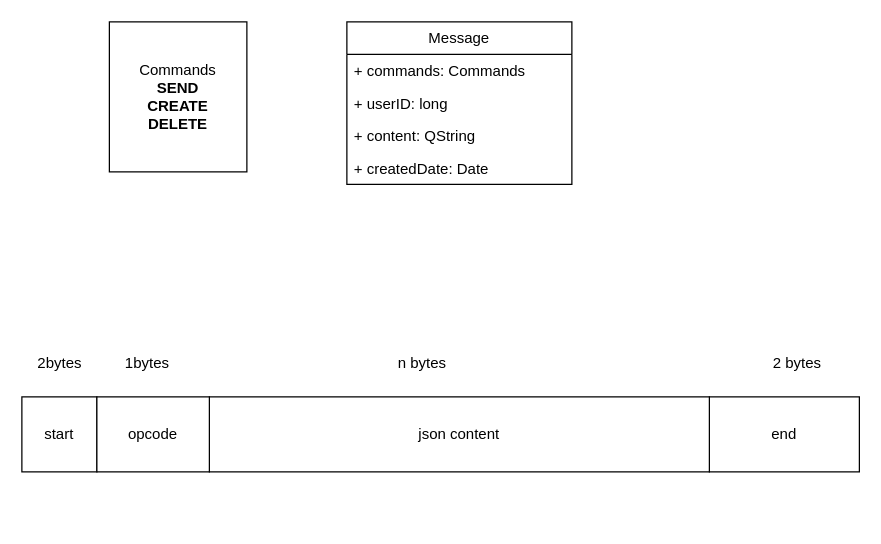
Above: page "Protocol" (3 of 4) of ChatApplication.drawio in secretdeveloperisme/QtChatApp (draw.io), before the change. Source tidied: cells renumbered, new cells numbered last; positions are measured from the earlier drawing's top-left corner, leaving out a move shared by most shapes. Both pictures are drawn from the tidied source at 125%, with x=0, y=0 at pixel (21, 21).
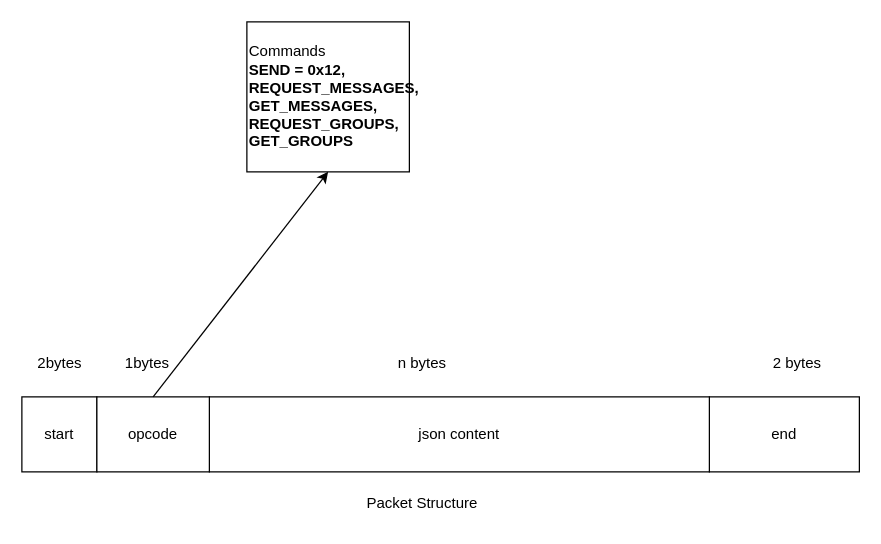
The same page after the edit.

What changed in the source:
```diff
@@
 <mxGraphModel>
   <root>
     <mxCell id="0" />
     <mxCell id="1" parent="0" />
-    <mxCell id="2" value="Message" style="swimlane;fontStyle=0;horizontal=1;startSize=26;fillColor=none;whiteSpace=wrap;html=1;" parent="1" vertex="1">
-      <mxGeometry x="260" width="180" height="130" as="geometry" />
-    </mxCell>
-    <mxCell id="3" value="+ commands: Commands" style="text;strokeColor=none;fillColor=none;align=left;verticalAlign=top;spacingLeft=4;spacingRight=4;overflow=hidden;whiteSpace=wrap;html=1;" parent="2" vertex="1">
-      <mxGeometry y="26" width="180" height="26" as="geometry" />
-    </mxCell>
-    <mxCell id="4" value="+ userID: long&amp;nbsp;" style="text;strokeColor=none;fillColor=none;align=left;verticalAlign=top;spacingLeft=4;spacingRight=4;overflow=hidden;whiteSpace=wrap;html=1;" parent="2" vertex="1">
-      <mxGeometry y="52" width="180" height="26" as="geometry" />
-    </mxCell>
-    <mxCell id="5" value="+ content: QString&lt;div&gt;&lt;br&gt;&lt;/div&gt;" style="text;strokeColor=none;fillColor=none;align=left;verticalAlign=top;spacingLeft=4;spacingRight=4;overflow=hidden;whiteSpace=wrap;html=1;" parent="2" vertex="1">
-      <mxGeometry y="78" width="180" height="26" as="geometry" />
-    </mxCell>
-    <mxCell id="6" value="+ createdDate: Date&lt;div&gt;&lt;br&gt;&lt;/div&gt;" style="text;strokeColor=none;fillColor=none;align=left;verticalAlign=top;spacingLeft=4;spacingRight=4;overflow=hidden;whiteSpace=wrap;html=1;" parent="2" vertex="1">
-      <mxGeometry y="104" width="180" height="26" as="geometry" />
-    </mxCell>
-    <mxCell id="7" value="Commands&lt;br&gt;&lt;b&gt;SEND&lt;/b&gt;&lt;div&gt;&lt;b&gt;CREATE&lt;/b&gt;&lt;/div&gt;&lt;div&gt;&lt;b&gt;DELETE&lt;/b&gt;&lt;/div&gt;" style="html=1;whiteSpace=wrap;" parent="1" vertex="1">
-      <mxGeometry x="70" width="110" height="120" as="geometry" />
+    <mxCell id="7" value="Commands&lt;br&gt;&lt;b&gt;SEND = 0x12, REQUEST_MESSAGES, GET_MESSAGES, REQUEST_GROUPS, GET_GROUPS&lt;/b&gt;" style="html=1;whiteSpace=wrap;align=left;" parent="1" vertex="1">
+      <mxGeometry x="180" width="130" height="120" as="geometry" />
     </mxCell>
     <mxCell id="8" style="group;" parent="1" vertex="1">
       <mxGeometry y="300" width="670" height="60" as="geometry" />
     </mxCell>
     <mxCell id="9" value="end" style="rounded=0;whiteSpace=wrap;html=1;" parent="8" vertex="1">
       <mxGeometry x="550" width="120" height="60" as="geometry" />
     </mxCell>
     <mxCell id="10" value="start" style="rounded=0;whiteSpace=wrap;html=1;" parent="8" vertex="1">
       <mxGeometry width="60" height="60" as="geometry" />
     </mxCell>
     <mxCell id="11" value="json content" style="rounded=0;whiteSpace=wrap;html=1;" parent="8" vertex="1">
       <mxGeometry x="150" width="400" height="60" as="geometry" />
     </mxCell>
     <mxCell id="12" value="opcode" style="rounded=0;whiteSpace=wrap;html=1;" parent="8" vertex="1">
       <mxGeometry x="60" width="90" height="60" as="geometry" />
     </mxCell>
     <mxCell id="13" value="2bytes" style="text;html=1;align=center;verticalAlign=middle;strokeColor=none;fillColor=none;" parent="1" vertex="1">
       <mxGeometry y="258" width="60" height="30" as="geometry" />
     </mxCell>
     <mxCell id="14" value="1bytes" style="text;html=1;align=center;verticalAlign=middle;strokeColor=none;fillColor=none;" parent="1" vertex="1">
       <mxGeometry x="70" y="258" width="60" height="30" as="geometry" />
     </mxCell>
     <mxCell id="15" value="n bytes" style="text;html=1;align=center;verticalAlign=middle;strokeColor=none;fillColor=none;" parent="1" vertex="1">
       <mxGeometry x="290" y="258" width="60" height="30" as="geometry" />
     </mxCell>
     <mxCell id="16" value="2 bytes" style="text;html=1;align=center;verticalAlign=middle;strokeColor=none;fillColor=none;" parent="1" vertex="1">
       <mxGeometry x="590" y="258" width="60" height="30" as="geometry" />
     </mxCell>
+    <mxCell id="17" style="endArrow=classic;html=1;rounded=0;exitX=0.5;exitY=0;exitDx=0;exitDy=0;entryX=0.5;entryY=1;entryDx=0;entryDy=0;" parent="1" edge="1" source="12" target="7">
+      <mxGeometry relative="1" as="geometry" />
+    </mxCell>
+    <mxCell id="18" value="Packet Structure" style="text;html=1;align=center;verticalAlign=middle;strokeColor=none;fillColor=none;" parent="1" vertex="1">
+      <mxGeometry x="265" y="370" width="110" height="30" as="geometry" />
+    </mxCell>
   </root>
 </mxGraphModel>
```
